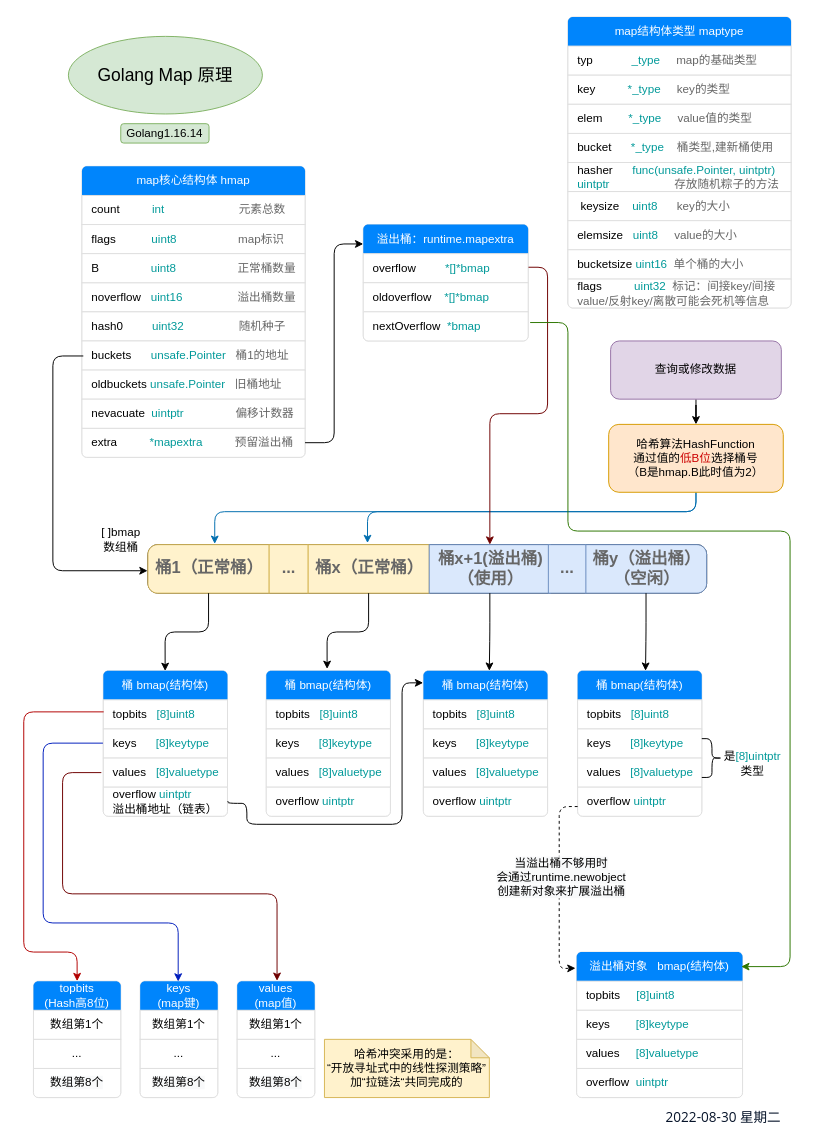
Before: 运行原理图解源文件/1.Golang的map.drawio in fire1220/annotation-go1.16.14, a draw.io diagram. Source tidied: cells renumbered, new cells numbered last; positions are measured from the earlier drawing's top-left corner, leaving out a move shared by most shapes. Both pictures are drawn from the tidied source at 97%, with x=0, y=0 at pixel (23, 16).
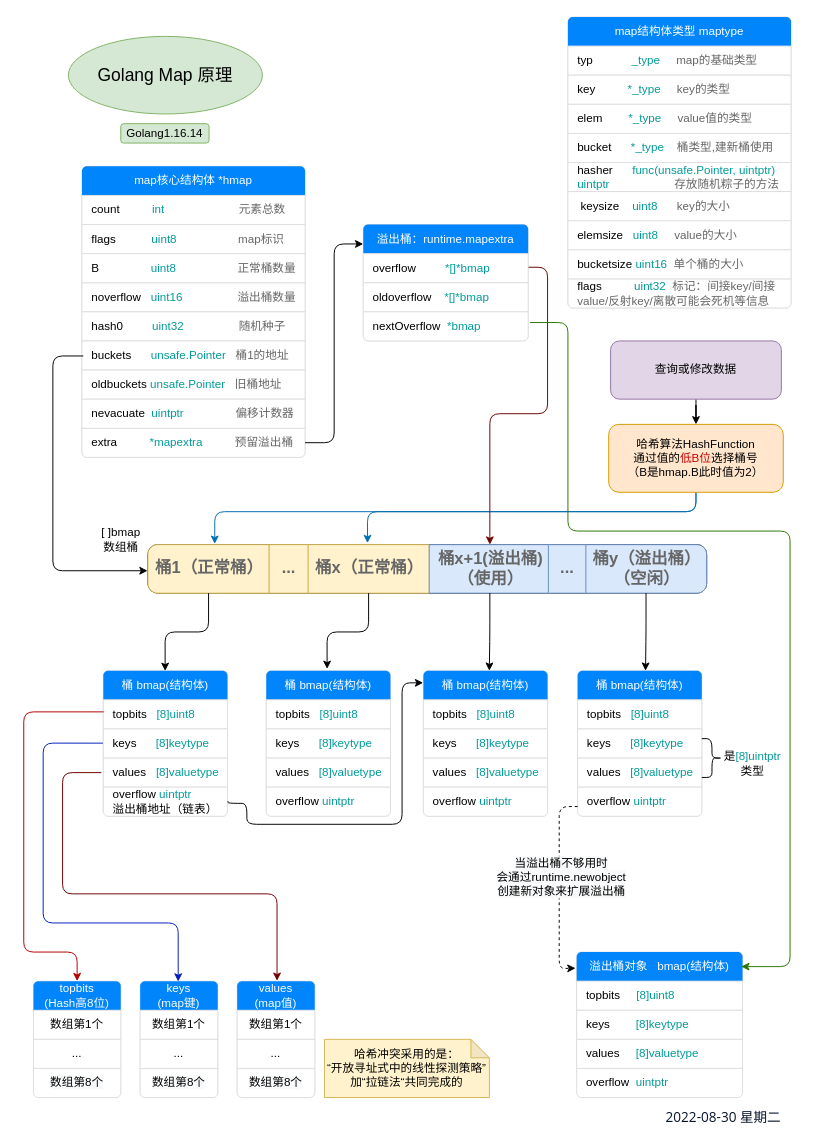
The same diagram, later.

Commit message (it also covers changes not shown here):
内存理解设计图

Unchanged cells that the change refers to:
```xml
<mxCell id="62" style="html=1;shadow=0;dashed=0;shape=mxgraph.bootstrap.rrect;rSize=5;strokeColor=#DFDFDF;html=1;whiteSpace=wrap;fillColor=#FFFFFF;fontColor=#000000;" parent="1" vertex="1">
  <mxGeometry x="60" y="154" width="230" height="300" as="geometry" />
</mxCell>
```

The edit, as a diff of the source:
```diff
@@
-    <mxCell id="63" value="map核心结构体 hmap" style="html=1;shadow=0;dashed=0;shape=mxgraph.bootstrap.topButton;rSize=5;strokeColor=none;fillColor=#0085FC;fontColor=#ffffff;perimeter=none;whiteSpace=wrap;align=center;spacing=10;" parent="62" vertex="1">
+    <mxCell id="63" value="map核心结构体 *hmap" style="html=1;shadow=0;dashed=0;shape=mxgraph.bootstrap.topButton;rSize=5;strokeColor=none;fillColor=#0085FC;fontColor=#ffffff;perimeter=none;whiteSpace=wrap;align=center;spacing=10;" parent="62" vertex="1">
       <mxGeometry width="230" height="30" relative="1" as="geometry" />
     </mxCell>
```
